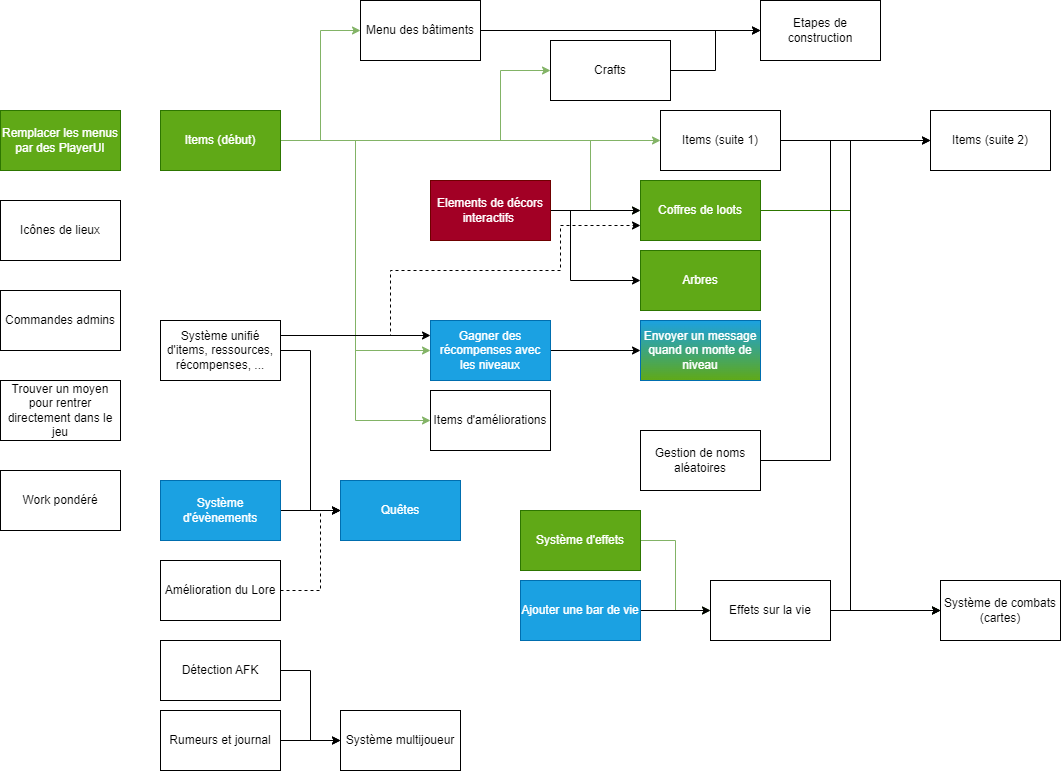
Alexiscomete/A-Discord-Adventure keeps this draw.io diagram as todo_graph.png. Above is the earlier version. Source tidied: cells renumbered, new cells last; positions are measured from the earlier drawing's top-left corner, leaving out a move shared by most shapes.
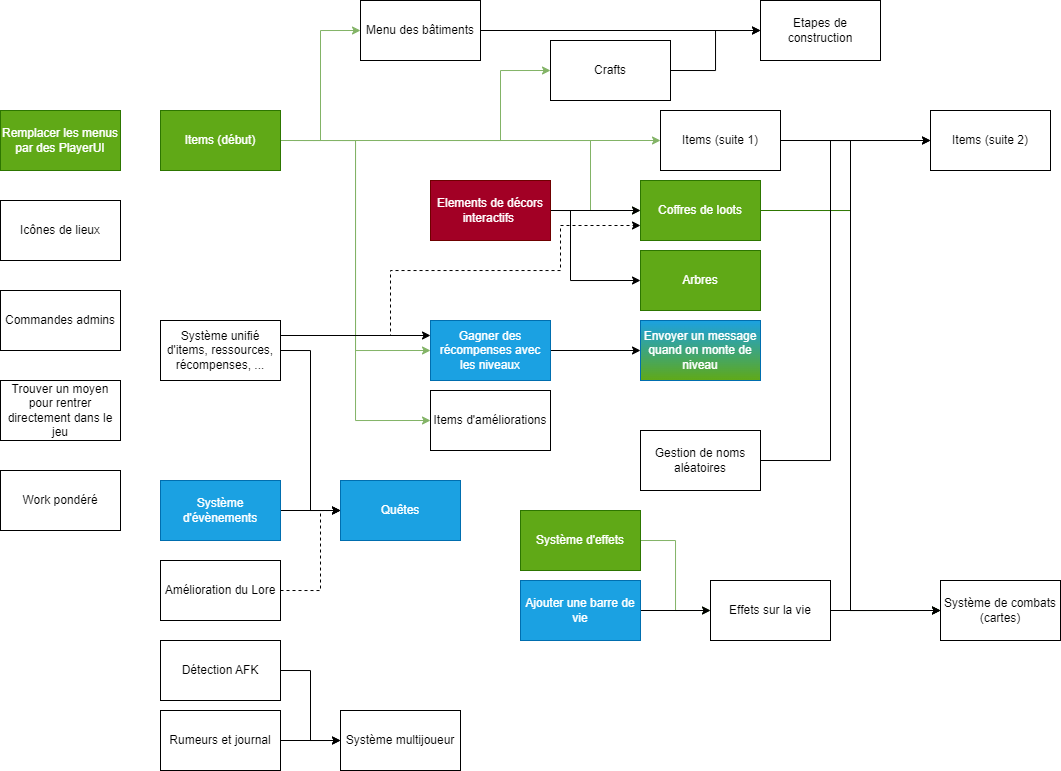
The same diagram one commit later.

Change to the diagram source:
```diff
@@ -122,7 +122,7 @@
     <mxCell id="31" style="edgeStyle=orthogonalEdgeStyle;rounded=0;jettySize=auto;html=1;exitX=1;exitY=0.5;exitDx=0;exitDy=0;entryX=0;entryY=0.5;entryDx=0;entryDy=0;" parent="1" edge="1" source="32" target="34">
       <mxGeometry relative="1" as="geometry" />
     </mxCell>
-    <mxCell id="32" value="Ajouter une bar de vie" style="whiteSpace=wrap;html=1;fillColor=#1ba1e2;strokeColor=#006EAF;fontColor=#ffffff;" parent="1" vertex="1">
+    <mxCell id="32" value="Ajouter une barre de vie" style="whiteSpace=wrap;html=1;fillColor=#1ba1e2;strokeColor=#006EAF;fontColor=#ffffff;" parent="1" vertex="1">
       <mxGeometry x="520" y="580" width="120" height="60" as="geometry" />
     </mxCell>
     <mxCell id="33" style="edgeStyle=orthogonalEdgeStyle;rounded=0;jettySize=auto;html=1;exitX=1;exitY=0.5;exitDx=0;exitDy=0;entryX=0;entryY=0.5;entryDx=0;entryDy=0;" parent="1" edge="1" source="34" target="40">
```
